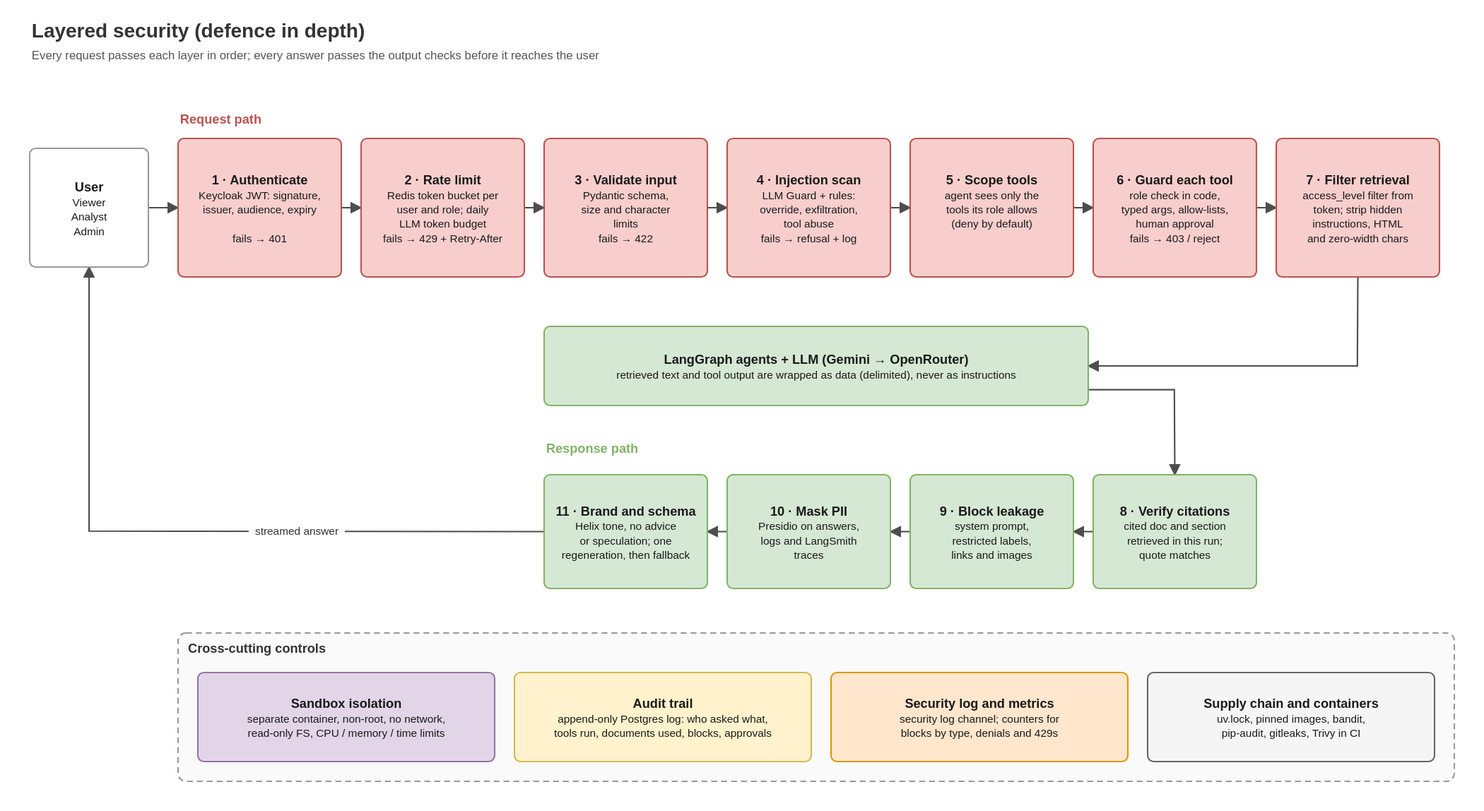
Earlier version of the draw.io export docs/architecture/06-security-layers.drawio.svg (madukawala/enterprise-knowledge-agent). Source tidied: cells renumbered, new cells last; positions are measured from the earlier drawing's top-left corner, leaving out a move shared by most shapes.
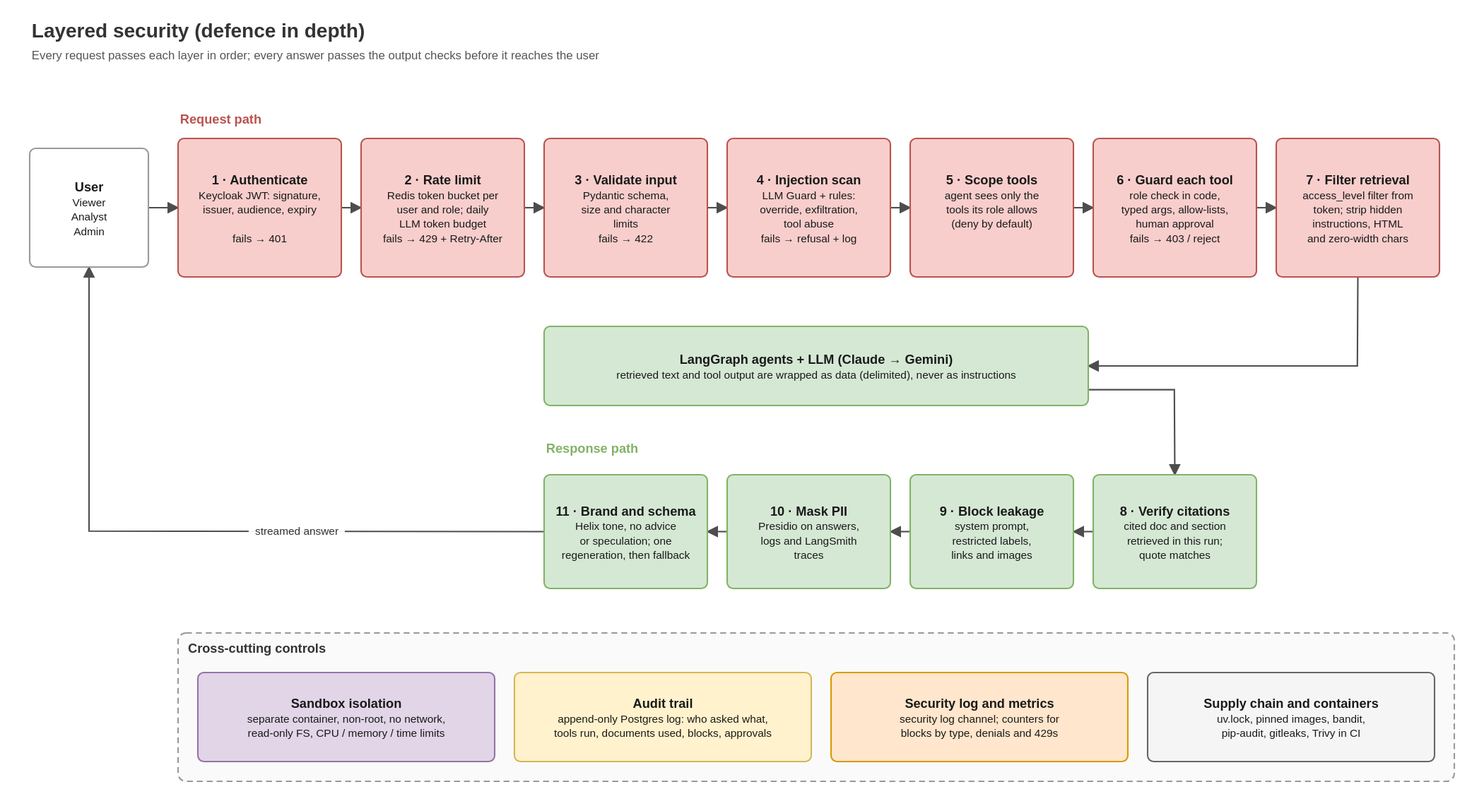
After the change.

Diff of the diagram source:
```diff
@@ -38,7 +38,7 @@
     <mxCell id="13" value="&lt;b&gt;7 · Filter retrieval&lt;/b&gt;&lt;br&gt;&lt;span style=&quot;font-size:11px&quot;&gt;access_level filter from&lt;br&gt;token; strip hidden&lt;br&gt;instructions, HTML&lt;br&gt;and zero-width chars&lt;/span&gt;" style="html=1;whiteSpace=wrap;fontFamily=Helvetica;fontSize=13;fontColor=#1A1A1A;rounded=1;absoluteArcSize=1;arcSize=12;fillColor=#F8CECC;strokeColor=#B85450;strokeWidth=1.5;align=center;" parent="1" vertex="1">
       <mxGeometry x="1260" y="122" width="165" height="140" as="geometry" />
     </mxCell>
-    <mxCell id="14" value="&lt;b&gt;LangGraph agents + LLM (Gemini → OpenRouter)&lt;/b&gt;&lt;br&gt;&lt;span style=&quot;font-size:11px&quot;&gt;retrieved text and tool output are wrapped as data (delimited), never as instructions&lt;/span&gt;" style="html=1;whiteSpace=wrap;fontFamily=Helvetica;fontSize=13;fontColor=#1A1A1A;rounded=1;absoluteArcSize=1;arcSize=12;fillColor=#D5E8D4;strokeColor=#82B366;strokeWidth=1.5;align=center;" parent="1" vertex="1">
+    <mxCell id="14" value="&lt;b&gt;LangGraph agents + LLM (Claude → Gemini)&lt;/b&gt;&lt;br&gt;&lt;span style=&quot;font-size:11px&quot;&gt;retrieved text and tool output are wrapped as data (delimited), never as instructions&lt;/span&gt;" style="html=1;whiteSpace=wrap;fontFamily=Helvetica;fontSize=13;fontColor=#1A1A1A;rounded=1;absoluteArcSize=1;arcSize=12;fillColor=#D5E8D4;strokeColor=#82B366;strokeWidth=1.5;align=center;" parent="1" vertex="1">
       <mxGeometry x="520" y="312" width="550" height="80" as="geometry" />
     </mxCell>
     <mxCell id="15" value="&lt;b&gt;Response path&lt;/b&gt;" style="text;html=1;whiteSpace=wrap;fontFamily=Helvetica;fontSize=13;fontColor=#82B366;align=left;verticalAlign=top;strokeColor=none;fillColor=none;" parent="1" vertex="1">
```
